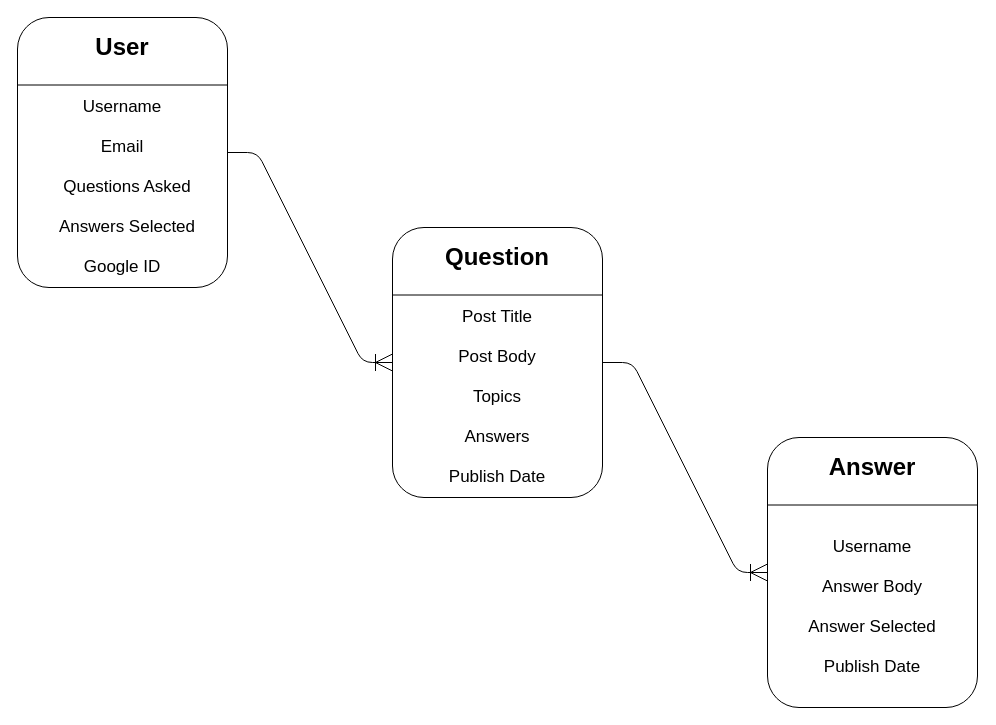
Earlier version of the draw.io diagram boomerang/project-detail/erd.drawio (chuckchoiboi/chuckchoiboi.github.io). Source tidied: cells renumbered, new cells numbered last; positions are measured from the earlier drawing's top-left corner, leaving out a move shared by most shapes. Both pictures are drawn from the tidied source at 100%, with x=0, y=0 at pixel (17, 17).
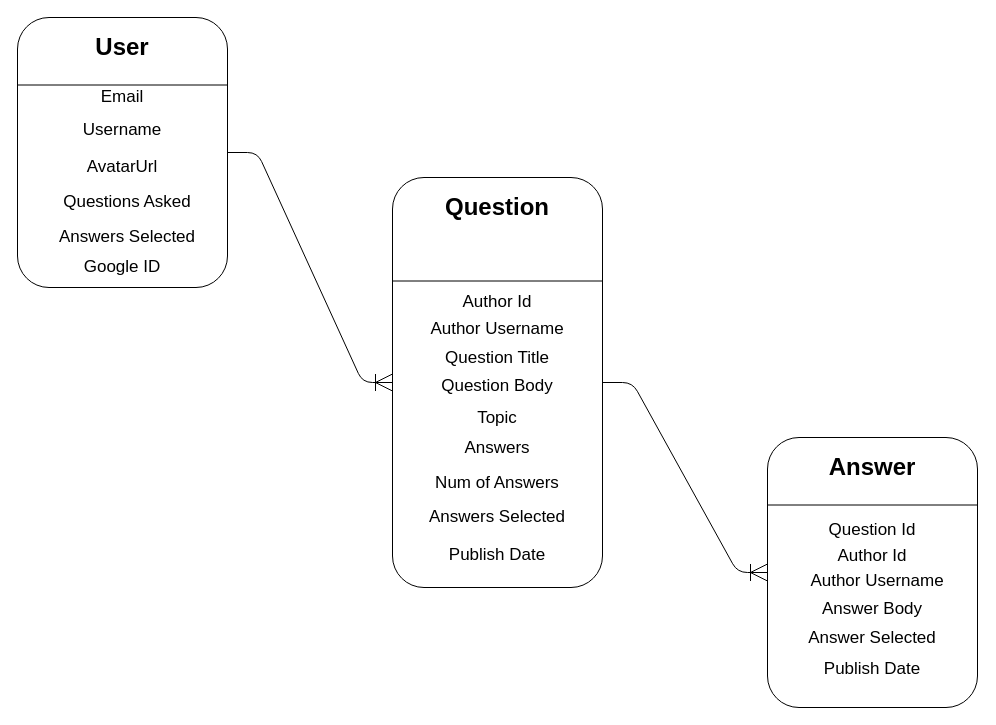
The same page after the edit.

The edit, as a diff of the source:
```diff
@@
-    <mxCell id="5" value="&lt;font style=&quot;font-size: 17px;&quot;&gt;Username&lt;/font&gt;" style="text;html=1;strokeColor=none;fillColor=none;align=center;verticalAlign=middle;whiteSpace=wrap;rounded=0;fontSize=17;" parent="1" vertex="1">
-      <mxGeometry x="70" y="80" width="70" height="20" as="geometry" />
+    <mxCell id="5" value="&lt;font style=&quot;font-size: 17px&quot;&gt;Email&lt;/font&gt;" style="text;html=1;strokeColor=none;fillColor=none;align=center;verticalAlign=middle;whiteSpace=wrap;rounded=0;fontSize=17;" parent="1" vertex="1">
+      <mxGeometry x="70" y="70" width="70" height="20" as="geometry" />
     </mxCell>
-    <mxCell id="6" value="&lt;font style=&quot;font-size: 17px&quot;&gt;Email&lt;/font&gt;" style="text;html=1;strokeColor=none;fillColor=none;align=center;verticalAlign=middle;whiteSpace=wrap;rounded=0;fontSize=17;" parent="1" vertex="1">
-      <mxGeometry x="70" y="120" width="70" height="20" as="geometry" />
+    <mxCell id="6" value="AvatarUrl" style="text;html=1;strokeColor=none;fillColor=none;align=center;verticalAlign=middle;whiteSpace=wrap;rounded=0;fontSize=17;" parent="1" vertex="1">
+      <mxGeometry x="70" y="140" width="70" height="20" as="geometry" />
     </mxCell>
     <mxCell id="7" value="&lt;font style=&quot;font-size: 17px&quot;&gt;Questions Asked&lt;/font&gt;" style="text;html=1;strokeColor=none;fillColor=none;align=center;verticalAlign=middle;whiteSpace=wrap;rounded=0;fontSize=17;" parent="1" vertex="1">
-      <mxGeometry x="40" y="160" width="140" height="20" as="geometry" />
+      <mxGeometry x="40" y="175" width="140" height="20" as="geometry" />
     </mxCell>
     <mxCell id="8" value="&lt;font style=&quot;font-size: 17px&quot;&gt;Answers Selected&lt;/font&gt;" style="text;html=1;strokeColor=none;fillColor=none;align=center;verticalAlign=middle;whiteSpace=wrap;rounded=0;fontSize=17;" parent="1" vertex="1">
-      <mxGeometry x="30" y="200" width="160" height="20" as="geometry" />
+      <mxGeometry x="30" y="210" width="160" height="20" as="geometry" />
     </mxCell>
@@
     <mxCell id="10" style="rounded=1;whiteSpace=wrap;html=1;" parent="1" vertex="1">
-      <mxGeometry x="375" y="210" width="210" height="270" as="geometry" />
+      <mxGeometry x="375" y="160" width="210" height="410" as="geometry" />
     </mxCell>
-    <mxCell id="11" style="endArrow=none;html=1;exitX=0;exitY=0.25;exitDx=0;exitDy=0;entryX=1;entryY=0.25;entryDx=0;entryDy=0;" parent="1" edge="1" source="10" target="10">
-      <mxGeometry relative="1" as="geometry" />
+    <mxCell id="11" style="endArrow=none;html=1;exitX=0;exitY=0.25;exitDx=0;exitDy=0;entryX=1;entryY=0.25;entryDx=0;entryDy=0;" parent="1" edge="1">
+      <mxGeometry relative="1" as="geometry">
+        <mxPoint x="375" y="263.5" as="sourcePoint" />
+        <mxPoint x="585" y="263.5" as="targetPoint" />
+      </mxGeometry>
     </mxCell>
     <mxCell id="12" value="Question" style="text;html=1;strokeColor=none;fillColor=none;align=center;verticalAlign=middle;whiteSpace=wrap;rounded=0;fontSize=24;fontStyle=1;" parent="1" vertex="1">
-      <mxGeometry x="435" y="220" width="90" height="40" as="geometry" />
+      <mxGeometry x="435" y="170" width="90" height="40" as="geometry" />
     </mxCell>
-    <mxCell id="13" value="Post Title" style="text;html=1;strokeColor=none;fillColor=none;align=center;verticalAlign=middle;whiteSpace=wrap;rounded=0;fontSize=17;" parent="1" vertex="1">
-      <mxGeometry x="425" y="290" width="110" height="20" as="geometry" />
+    <mxCell id="13" value="Question Title" style="text;html=1;strokeColor=none;fillColor=none;align=center;verticalAlign=middle;whiteSpace=wrap;rounded=0;fontSize=17;" parent="1" vertex="1">
+      <mxGeometry x="425" y="331" width="110" height="20" as="geometry" />
     </mxCell>
-    <mxCell id="14" value="&lt;font style=&quot;font-size: 17px&quot;&gt;Post Body&lt;/font&gt;" style="text;html=1;strokeColor=none;fillColor=none;align=center;verticalAlign=middle;whiteSpace=wrap;rounded=0;fontSize=17;" parent="1" vertex="1">
-      <mxGeometry x="415" y="330" width="130" height="20" as="geometry" />
+    <mxCell id="14" value="&lt;font style=&quot;font-size: 17px&quot;&gt;Question Body&lt;/font&gt;" style="text;html=1;strokeColor=none;fillColor=none;align=center;verticalAlign=middle;whiteSpace=wrap;rounded=0;fontSize=17;" parent="1" vertex="1">
+      <mxGeometry x="415" y="359" width="130" height="20" as="geometry" />
     </mxCell>
-    <mxCell id="15" value="&lt;font style=&quot;font-size: 17px&quot;&gt;Topics&lt;/font&gt;" style="text;html=1;strokeColor=none;fillColor=none;align=center;verticalAlign=middle;whiteSpace=wrap;rounded=0;fontSize=17;" parent="1" vertex="1">
-      <mxGeometry x="410" y="370" width="140" height="20" as="geometry" />
+    <mxCell id="15" value="&lt;font style=&quot;font-size: 17px&quot;&gt;Topic&lt;/font&gt;" style="text;html=1;strokeColor=none;fillColor=none;align=center;verticalAlign=middle;whiteSpace=wrap;rounded=0;fontSize=17;" parent="1" vertex="1">
+      <mxGeometry x="410" y="391" width="140" height="20" as="geometry" />
     </mxCell>
     <mxCell id="16" value="&lt;font style=&quot;font-size: 17px&quot;&gt;Answers&lt;/font&gt;" style="text;html=1;strokeColor=none;fillColor=none;align=center;verticalAlign=middle;whiteSpace=wrap;rounded=0;fontSize=17;" parent="1" vertex="1">
-      <mxGeometry x="400" y="410" width="160" height="20" as="geometry" />
+      <mxGeometry x="400" y="421" width="160" height="20" as="geometry" />
     </mxCell>
     <mxCell id="17" value="Publish Date" style="text;html=1;strokeColor=none;fillColor=none;align=center;verticalAlign=middle;whiteSpace=wrap;rounded=0;fontSize=17;" parent="1" vertex="1">
-      <mxGeometry x="400" y="450" width="160" height="20" as="geometry" />
+      <mxGeometry x="400" y="528" width="160" height="20" as="geometry" />
     </mxCell>
@@
-    <mxCell id="21" value="&lt;font style=&quot;font-size: 17px;&quot;&gt;Username&lt;/font&gt;" style="text;html=1;strokeColor=none;fillColor=none;align=center;verticalAlign=middle;whiteSpace=wrap;rounded=0;fontSize=17;" parent="1" vertex="1">
-      <mxGeometry x="820" y="520" width="70" height="20" as="geometry" />
+    <mxCell id="21" value="&lt;font style=&quot;font-size: 17px&quot;&gt;Question Id&lt;/font&gt;" style="text;html=1;strokeColor=none;fillColor=none;align=center;verticalAlign=middle;whiteSpace=wrap;rounded=0;fontSize=17;" parent="1" vertex="1">
+      <mxGeometry x="810" y="503" width="90" height="20" as="geometry" />
     </mxCell>
     <mxCell id="22" value="&lt;font style=&quot;font-size: 17px&quot;&gt;Answer Body&lt;/font&gt;" style="text;html=1;strokeColor=none;fillColor=none;align=center;verticalAlign=middle;whiteSpace=wrap;rounded=0;fontSize=17;" parent="1" vertex="1">
-      <mxGeometry x="790" y="560" width="130" height="20" as="geometry" />
+      <mxGeometry x="790" y="582" width="130" height="20" as="geometry" />
     </mxCell>
     <mxCell id="23" value="Answer Selected" style="text;html=1;strokeColor=none;fillColor=none;align=center;verticalAlign=middle;whiteSpace=wrap;rounded=0;fontSize=17;" parent="1" vertex="1">
-      <mxGeometry x="785" y="600" width="140" height="20" as="geometry" />
+      <mxGeometry x="785" y="611" width="140" height="20" as="geometry" />
     </mxCell>
     <mxCell id="24" value="&lt;font style=&quot;font-size: 17px&quot;&gt;Publish Date&lt;/font&gt;" style="text;html=1;strokeColor=none;fillColor=none;align=center;verticalAlign=middle;whiteSpace=wrap;rounded=0;fontSize=17;" parent="1" vertex="1">
-      <mxGeometry x="800" y="640" width="110" height="20" as="geometry" />
+      <mxGeometry x="800" y="642" width="110" height="20" as="geometry" />
     </mxCell>
@@
+    <mxCell id="27" value="&lt;font style=&quot;font-size: 17px&quot;&gt;Username&lt;/font&gt;" style="text;html=1;strokeColor=none;fillColor=none;align=center;verticalAlign=middle;whiteSpace=wrap;rounded=0;fontSize=17;" parent="1" vertex="1">
+      <mxGeometry x="70" y="103" width="70" height="20" as="geometry" />
+    </mxCell>
+    <mxCell id="28" value="Author Id" style="text;html=1;strokeColor=none;fillColor=none;align=center;verticalAlign=middle;whiteSpace=wrap;rounded=0;fontSize=17;" parent="1" vertex="1">
+      <mxGeometry x="425" y="275" width="110" height="20" as="geometry" />
+    </mxCell>
+    <mxCell id="29" value="Author Username" style="text;html=1;strokeColor=none;fillColor=none;align=center;verticalAlign=middle;whiteSpace=wrap;rounded=0;fontSize=17;" parent="1" vertex="1">
+      <mxGeometry x="410" y="302" width="140" height="20" as="geometry" />
+    </mxCell>
+    <mxCell id="30" value="&lt;font style=&quot;font-size: 17px&quot;&gt;Num of Answers&lt;/font&gt;" style="text;html=1;strokeColor=none;fillColor=none;align=center;verticalAlign=middle;whiteSpace=wrap;rounded=0;fontSize=17;" parent="1" vertex="1">
+      <mxGeometry x="400" y="456" width="160" height="20" as="geometry" />
+    </mxCell>
+    <mxCell id="31" value="&lt;font style=&quot;font-size: 17px&quot;&gt;Answers Selected&lt;/font&gt;" style="text;html=1;strokeColor=none;fillColor=none;align=center;verticalAlign=middle;whiteSpace=wrap;rounded=0;fontSize=17;" parent="1" vertex="1">
+      <mxGeometry x="400" y="490" width="160" height="20" as="geometry" />
+    </mxCell>
+    <mxCell id="32" value="&lt;font style=&quot;font-size: 17px&quot;&gt;Author Id&lt;/font&gt;" style="text;html=1;strokeColor=none;fillColor=none;align=center;verticalAlign=middle;whiteSpace=wrap;rounded=0;fontSize=17;" parent="1" vertex="1">
+      <mxGeometry x="810" y="529" width="90" height="20" as="geometry" />
+    </mxCell>
+    <mxCell id="33" value="&lt;font style=&quot;font-size: 17px&quot;&gt;Author Username&lt;/font&gt;" style="text;html=1;strokeColor=none;fillColor=none;align=center;verticalAlign=middle;whiteSpace=wrap;rounded=0;fontSize=17;" parent="1" vertex="1">
+      <mxGeometry x="790" y="554" width="140" height="20" as="geometry" />
+    </mxCell>
```
